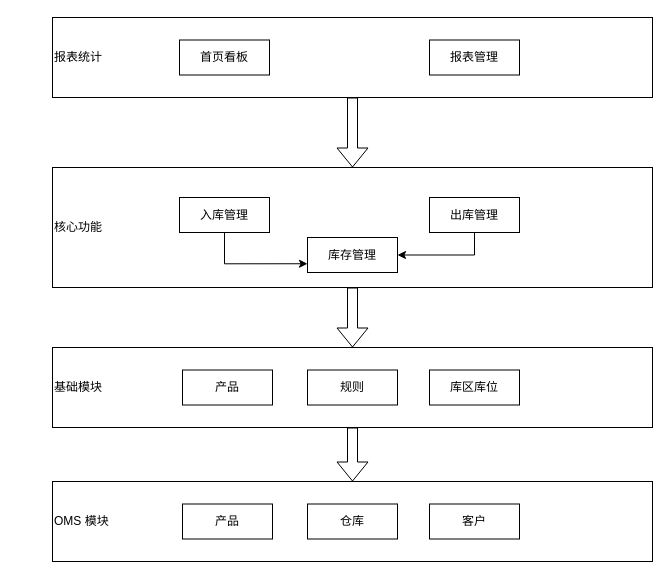
zhchenxin/flow keeps this draw.io diagram as page "main" (1 of 5) of wms 架构.drawio. Above is the earlier version. Source tidied: cells renumbered, new cells numbered last; positions are measured from the earlier drawing's top-left corner, leaving out a move shared by most shapes. Both pictures are drawn from the tidied source at 100%, with x=0, y=0 at pixel (52, 17).
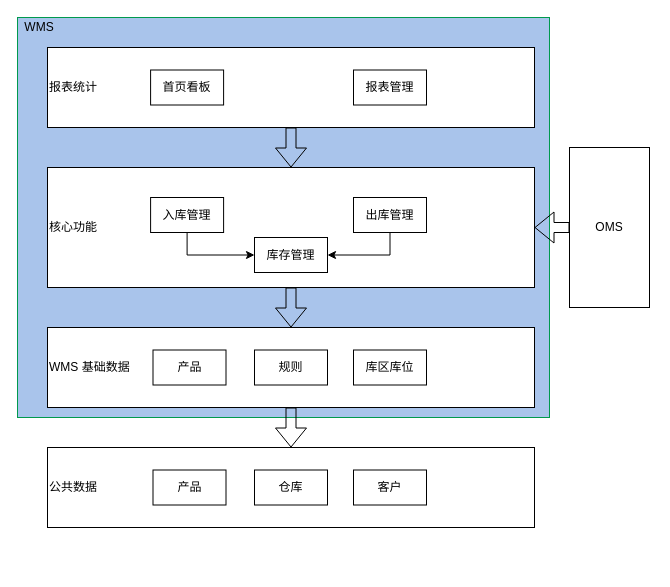
The same page after the edit.

The edit, as a diff of the source:
```diff
@@
+    <mxCell id="28" style="rounded=0;whiteSpace=wrap;html=1;shadow=0;strokeColor=#00994D;fillColor=#A9C4EB;" parent="1" vertex="1">
+      <mxGeometry x="-35" width="532" height="400" as="geometry" />
+    </mxCell>
     <mxCell id="2" style="group;" parent="1" vertex="1">
-      <mxGeometry y="150" width="600" height="120" as="geometry" />
+      <mxGeometry x="-5" y="150" width="487" height="120" as="geometry" />
     </mxCell>
     <mxCell id="3" value="&lt;span style=&quot;white-space: normal&quot;&gt;核心功能&lt;/span&gt;" style="rounded=0;whiteSpace=wrap;html=1;align=left;" parent="2" vertex="1">
-      <mxGeometry width="600" height="120" as="geometry" />
+      <mxGeometry width="487" height="120" as="geometry" />
     </mxCell>
-    <mxCell id="4" style="edgeStyle=orthogonalEdgeStyle;rounded=0;jettySize=auto;html=1;exitX=0.5;exitY=1;exitDx=0;exitDy=0;entryX=0;entryY=0.75;entryDx=0;entryDy=0;" parent="2" edge="1" source="5" target="8">
+    <mxCell id="4" style="edgeStyle=orthogonalEdgeStyle;rounded=0;jettySize=auto;html=1;exitX=0.5;exitY=1;exitDx=0;exitDy=0;entryX=0;entryY=0.5;entryDx=0;entryDy=0;" parent="2" edge="1" source="5" target="8">
       <mxGeometry relative="1" as="geometry" />
     </mxCell>
     <mxCell id="5" value="入库管理" style="rounded=0;whiteSpace=wrap;html=1;" parent="2" vertex="1">
-      <mxGeometry x="127" y="30" width="90" height="35" as="geometry" />
+      <mxGeometry x="103.1" y="30" width="73" height="35" as="geometry" />
     </mxCell>
@@
     <mxCell id="7" value="出库管理" style="rounded=0;whiteSpace=wrap;html=1;" parent="2" vertex="1">
-      <mxGeometry x="377" y="30" width="90" height="35" as="geometry" />
+      <mxGeometry x="306" y="30" width="73" height="35" as="geometry" />
     </mxCell>
     <mxCell id="8" value="库存管理" style="rounded=0;whiteSpace=wrap;html=1;" parent="2" vertex="1">
-      <mxGeometry x="255" y="70" width="90" height="35" as="geometry" />
+      <mxGeometry x="207" y="70" width="73" height="35" as="geometry" />
     </mxCell>
     <mxCell id="9" style="group;" parent="1" vertex="1">
-      <mxGeometry y="330" width="600" height="80" as="geometry" />
+      <mxGeometry x="-5" y="310" width="550" height="80" as="geometry" />
     </mxCell>
-    <mxCell id="10" value="基础模块" style="rounded=0;whiteSpace=wrap;html=1;align=left;" parent="9" vertex="1">
-      <mxGeometry width="600" height="80" as="geometry" />
+    <mxCell id="10" value="WMS 基础数据" style="rounded=0;whiteSpace=wrap;html=1;align=left;" parent="9" vertex="1">
+      <mxGeometry width="487" height="80" as="geometry" />
     </mxCell>
     <mxCell id="11" value="产品" style="rounded=0;whiteSpace=wrap;html=1;" parent="9" vertex="1">
-      <mxGeometry x="130" y="22.5" width="90" height="35" as="geometry" />
+      <mxGeometry x="105.5" y="22.5" width="73" height="35" as="geometry" />
     </mxCell>
     <mxCell id="12" value="库区库位" style="rounded=0;whiteSpace=wrap;html=1;" parent="9" vertex="1">
-      <mxGeometry x="377" y="22.5" width="90" height="35" as="geometry" />
+      <mxGeometry x="306" y="22.5" width="73" height="35" as="geometry" />
     </mxCell>
     <mxCell id="13" value="规则" style="rounded=0;whiteSpace=wrap;html=1;" parent="9" vertex="1">
-      <mxGeometry x="255" y="22.5" width="90" height="35" as="geometry" />
+      <mxGeometry x="207" y="22.5" width="73" height="35" as="geometry" />
     </mxCell>
@@
     <mxCell id="15" style="group;align=left;" parent="1" vertex="1">
-      <mxGeometry width="600" height="80" as="geometry" />
+      <mxGeometry x="-5" y="30" width="487" height="80" as="geometry" />
     </mxCell>
     <mxCell id="16" value="报表统计" style="rounded=0;whiteSpace=wrap;html=1;align=left;" parent="15" vertex="1">
-      <mxGeometry width="600" height="80" as="geometry" />
+      <mxGeometry width="487" height="80" as="geometry" />
     </mxCell>
     <mxCell id="17" value="首页看板" style="rounded=0;whiteSpace=wrap;html=1;" parent="15" vertex="1">
-      <mxGeometry x="127" y="22.5" width="90" height="35" as="geometry" />
+      <mxGeometry x="103.1" y="22.5" width="73" height="35" as="geometry" />
     </mxCell>
     <mxCell id="18" value="报表管理" style="rounded=0;whiteSpace=wrap;html=1;" parent="15" vertex="1">
-      <mxGeometry x="377" y="22.5" width="90" height="35" as="geometry" />
+      <mxGeometry x="306" y="22.5" width="73" height="35" as="geometry" />
     </mxCell>
     <mxCell id="19" style="group;" parent="1" vertex="1">
-      <mxGeometry y="464" width="600" height="80" as="geometry" />
+      <mxGeometry x="-5" y="430" width="487" height="80" as="geometry" />
     </mxCell>
-    <mxCell id="20" value="OMS 模块" style="rounded=0;whiteSpace=wrap;html=1;align=left;" parent="19" vertex="1">
-      <mxGeometry width="600" height="80" as="geometry" />
+    <mxCell id="20" value="公共数据" style="rounded=0;whiteSpace=wrap;html=1;align=left;" parent="19" vertex="1">
+      <mxGeometry width="487" height="80" as="geometry" />
     </mxCell>
     <mxCell id="21" value="产品" style="rounded=0;whiteSpace=wrap;html=1;" parent="19" vertex="1">
-      <mxGeometry x="130" y="22.5" width="90" height="35" as="geometry" />
+      <mxGeometry x="105.5" y="22.5" width="73" height="35" as="geometry" />
     </mxCell>
     <mxCell id="22" value="客户" style="rounded=0;whiteSpace=wrap;html=1;" parent="19" vertex="1">
-      <mxGeometry x="377" y="22.5" width="90" height="35" as="geometry" />
+      <mxGeometry x="306" y="22.5" width="73" height="35" as="geometry" />
     </mxCell>
     <mxCell id="23" value="仓库" style="rounded=0;whiteSpace=wrap;html=1;" parent="19" vertex="1">
-      <mxGeometry x="255" y="22.5" width="90" height="35" as="geometry" />
+      <mxGeometry x="207" y="22.5" width="73" height="35" as="geometry" />
     </mxCell>
@@
+    <mxCell id="29" style="edgeStyle=orthogonalEdgeStyle;shape=flexArrow;rounded=0;jettySize=auto;html=1;exitX=0;exitY=0.5;exitDx=0;exitDy=0;entryX=1;entryY=0.5;entryDx=0;entryDy=0;" parent="1" edge="1" source="30" target="3">
+      <mxGeometry relative="1" as="geometry" />
+    </mxCell>
+    <mxCell id="30" value="OMS" style="rounded=0;whiteSpace=wrap;html=1;" parent="1" vertex="1">
+      <mxGeometry x="517" y="130" width="80" height="160" as="geometry" />
+    </mxCell>
+    <mxCell id="31" value="WMS" style="text;html=1;strokeColor=none;fillColor=none;align=center;verticalAlign=middle;whiteSpace=wrap;rounded=0;" parent="1" vertex="1">
+      <mxGeometry x="-33" width="40" height="20" as="geometry" />
+    </mxCell>
```
